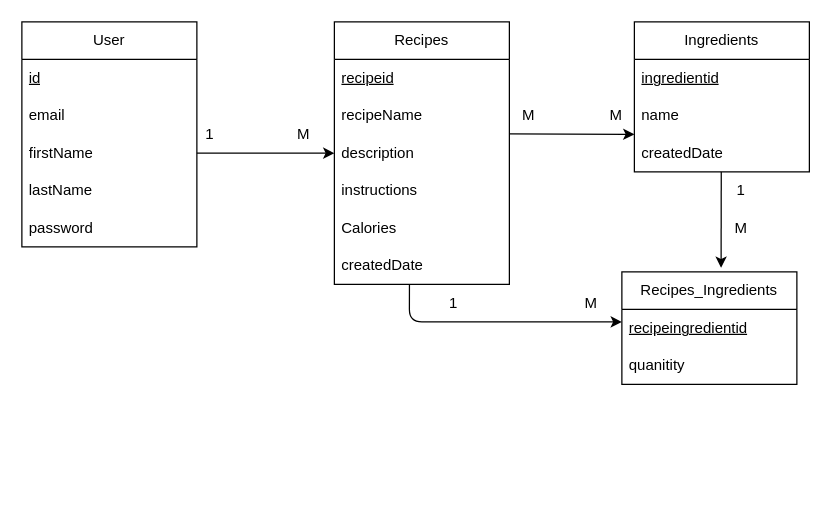
This is designs/Database.drawio from Linara2/AI_PHP_Recipe_Tracker_new, a draw.io file, before an edit. Source tidied: cells renumbered, new cells numbered last; positions are measured from the earlier drawing's top-left corner, leaving out a move shared by most shapes. Both pictures are drawn from the tidied source at 125%, with x=0, y=0 at pixel (21, 21).
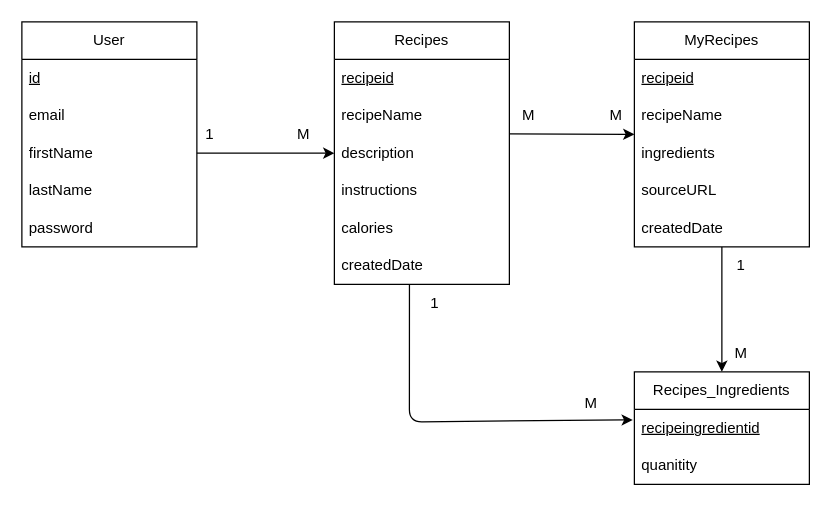
Above is the later version.

The change refers to these unchanged cells:
```xml
<mxCell id="8" value="Recipes" style="swimlane;fontStyle=0;horizontal=1;startSize=30;whiteSpace=wrap;html=1;" parent="1" vertex="1">
  <mxGeometry x="250" width="140" height="210" as="geometry" />
</mxCell>
<mxCell id="14" value="createdDate" style="text;strokeColor=none;fillColor=none;align=left;verticalAlign=middle;spacingLeft=4;spacingRight=4;overflow=hidden;points=[[0,0.5],[1,0.5]];portConstraint=eastwest;whiteSpace=wrap;html=1;" parent="8" vertex="1">
  <mxGeometry y="180" width="140" height="30" as="geometry" />
</mxCell>
<mxCell id="20" value="&lt;u&gt;recipeingredientid&lt;/u&gt;" style="text;strokeColor=none;fillColor=none;align=left;verticalAlign=middle;spacingLeft=4;spacingRight=4;overflow=hidden;points=[[0,0.5],[1,0.5]];portConstraint=eastwest;whiteSpace=wrap;html=1;" parent="19" vertex="1">
  <mxGeometry y="30" width="140" height="30" as="geometry" />
</mxCell>
```

Diff of the diagram source:
```diff
@@
-    <mxCell id="13" value="Calories&amp;nbsp;" style="text;strokeColor=none;fillColor=none;align=left;verticalAlign=middle;spacingLeft=4;spacingRight=4;overflow=hidden;whiteSpace=wrap;html=1;" parent="8" vertex="1">
+    <mxCell id="13" value="calories&amp;nbsp;" style="text;strokeColor=none;fillColor=none;align=left;verticalAlign=middle;spacingLeft=4;spacingRight=4;overflow=hidden;whiteSpace=wrap;html=1;" parent="8" vertex="1">
       <mxGeometry y="150" width="140" height="30" as="geometry" />
     </mxCell>
@@
-    <mxCell id="15" value="Ingredients" style="swimlane;fontStyle=0;horizontal=1;startSize=30;whiteSpace=wrap;html=1;" parent="1" vertex="1">
-      <mxGeometry x="490" width="140" height="120" as="geometry" />
+    <mxCell id="15" value="MyRecipes" style="swimlane;fontStyle=0;horizontal=1;startSize=30;whiteSpace=wrap;html=1;" parent="1" vertex="1">
+      <mxGeometry x="490" width="140" height="180" as="geometry" />
     </mxCell>
+    <mxCell id="34" value="&lt;u&gt;recipeid&lt;/u&gt;" style="text;strokeColor=none;fillColor=none;align=left;verticalAlign=middle;spacingLeft=4;spacingRight=4;overflow=hidden;whiteSpace=wrap;html=1;" parent="15" vertex="1">
+      <mxGeometry y="30" width="140" height="30" as="geometry" />
+    </mxCell>
+    <mxCell id="35" value="recipeName" style="text;strokeColor=none;fillColor=none;align=left;verticalAlign=middle;spacingLeft=4;spacingRight=4;overflow=hidden;whiteSpace=wrap;html=1;" parent="15" vertex="1">
+      <mxGeometry y="60" width="140" height="30" as="geometry" />
+    </mxCell>
+    <mxCell id="36" value="ingredients" style="text;strokeColor=none;fillColor=none;align=left;verticalAlign=middle;spacingLeft=4;spacingRight=4;overflow=hidden;whiteSpace=wrap;html=1;" parent="15" vertex="1">
+      <mxGeometry y="90" width="140" height="30" as="geometry" />
+    </mxCell>
+    <mxCell id="37" value="sourceURL" style="text;strokeColor=none;fillColor=none;align=left;verticalAlign=middle;spacingLeft=4;spacingRight=4;overflow=hidden;whiteSpace=wrap;html=1;" parent="15" vertex="1">
+      <mxGeometry y="120" width="140" height="30" as="geometry" />
+    </mxCell>
+    <mxCell id="18" value="createdDate" style="text;strokeColor=none;fillColor=none;align=left;verticalAlign=middle;spacingLeft=4;spacingRight=4;overflow=hidden;whiteSpace=wrap;html=1;" parent="15" vertex="1">
+      <mxGeometry y="150" width="140" height="30" as="geometry" />
+    </mxCell>
-    <mxCell id="16" value="&lt;u&gt;ingredientid&lt;/u&gt;" style="text;strokeColor=none;fillColor=none;align=left;verticalAlign=middle;spacingLeft=4;spacingRight=4;overflow=hidden;points=[[0,0.5],[1,0.5]];portConstraint=eastwest;whiteSpace=wrap;html=1;" parent="15" vertex="1">
-      <mxGeometry y="30" width="140" height="30" as="geometry" />
+    <mxCell id="16" style="text;strokeColor=none;fillColor=none;align=left;verticalAlign=middle;spacingLeft=4;spacingRight=4;overflow=hidden;points=[[0,0.5],[1,0.5]];portConstraint=eastwest;whiteSpace=wrap;html=1;" parent="15" vertex="1">
+      <mxGeometry y="180" width="140" as="geometry" />
     </mxCell>
-    <mxCell id="17" value="name" style="text;strokeColor=none;fillColor=none;align=left;verticalAlign=middle;spacingLeft=4;spacingRight=4;overflow=hidden;whiteSpace=wrap;html=1;" parent="15" vertex="1">
-      <mxGeometry y="60" width="140" height="30" as="geometry" />
-    </mxCell>
-    <mxCell id="18" value="createdDate" style="text;strokeColor=none;fillColor=none;align=left;verticalAlign=middle;spacingLeft=4;spacingRight=4;overflow=hidden;whiteSpace=wrap;html=1;" parent="15" vertex="1">
-      <mxGeometry y="90" width="140" height="30" as="geometry" />
-    </mxCell>
     <mxCell id="19" value="Recipes_Ingredients" style="swimlane;fontStyle=0;horizontal=1;startSize=30;whiteSpace=wrap;html=1;" parent="1" vertex="1">
-      <mxGeometry x="480" y="200" width="140" height="90" as="geometry" />
+      <mxGeometry x="490" y="280" width="140" height="90" as="geometry" />
     </mxCell>
@@
-    <mxCell id="28" style="edgeStyle=none;html=1;fontSize=12;exitX=0.429;exitY=1;exitDx=0;exitDy=0;exitPerimeter=0;" parent="1" edge="1" source="14">
+    <mxCell id="28" style="edgeStyle=none;html=1;fontSize=12;exitX=0.429;exitY=1;exitDx=0;exitDy=0;exitPerimeter=0;entryX=-0.009;entryY=0.28;entryDx=0;entryDy=0;entryPerimeter=0;" parent="1" edge="1" source="14" target="20">
       <mxGeometry relative="1" as="geometry">
-        <mxPoint x="480" y="240" as="targetPoint" />
         <Array as="points">
-          <mxPoint x="310" y="240" />
+          <mxPoint x="310" y="320" />
         </Array>
       </mxGeometry>
     </mxCell>
-    <mxCell id="29" style="edgeStyle=none;html=1;fontSize=12;entryX=0.567;entryY=-0.036;entryDx=0;entryDy=0;entryPerimeter=0;" parent="1" edge="1" target="19">
-      <mxGeometry relative="1" as="geometry">
-        <mxPoint x="559.5" y="120" as="sourcePoint" />
-      </mxGeometry>
+    <mxCell id="29" style="edgeStyle=none;html=1;fontSize=12;entryX=0.5;entryY=0;entryDx=0;entryDy=0;exitX=0;exitY=0.5;exitDx=0;exitDy=0;" parent="1" edge="1" source="16" target="19">
+      <mxGeometry relative="1" as="geometry" />
     </mxCell>
     <mxCell id="30" value="M" style="text;html=1;align=center;verticalAlign=middle;strokeColor=none;fillColor=none;fontSize=12;" parent="1" vertex="1">
-      <mxGeometry x="440" y="210" width="30" height="30" as="geometry" />
+      <mxGeometry x="440" y="290" width="30" height="30" as="geometry" />
     </mxCell>
+    <mxCell id="32" value="1" style="text;html=1;align=center;verticalAlign=middle;strokeColor=none;fillColor=none;fontSize=12;" parent="1" vertex="1">
+      <mxGeometry x="560" y="180" width="30" height="30" as="geometry" />
+    </mxCell>
+    <mxCell id="38" style="edgeStyle=none;html=1;" parent="1" edge="1" source="33" target="14">
+      <mxGeometry relative="1" as="geometry" />
+    </mxCell>
+    <mxCell id="33" value="1" style="text;html=1;align=center;verticalAlign=middle;points=[];strokeColor=none;fillColor=none;fontSize=12;" parent="1" vertex="1">
+      <mxGeometry x="315" y="210" width="30" height="30" as="geometry" />
+    </mxCell>
     <mxCell id="31" value="M" style="text;html=1;align=center;verticalAlign=middle;strokeColor=none;fillColor=none;fontSize=12;" parent="1" vertex="1">
-      <mxGeometry x="560" y="150" width="30" height="30" as="geometry" />
+      <mxGeometry x="560" y="250" width="30" height="30" as="geometry" />
     </mxCell>
-    <mxCell id="32" value="1" style="text;html=1;align=center;verticalAlign=middle;strokeColor=none;fillColor=none;fontSize=12;" parent="1" vertex="1">
-      <mxGeometry x="560" y="120" width="30" height="30" as="geometry" />
-    </mxCell>
-    <mxCell id="33" value="1" style="text;html=1;align=center;verticalAlign=middle;points=[];strokeColor=none;fillColor=none;fontSize=12;" parent="1" vertex="1">
-      <mxGeometry x="330" y="210" width="30" height="30" as="geometry" />
-    </mxCell>
```
